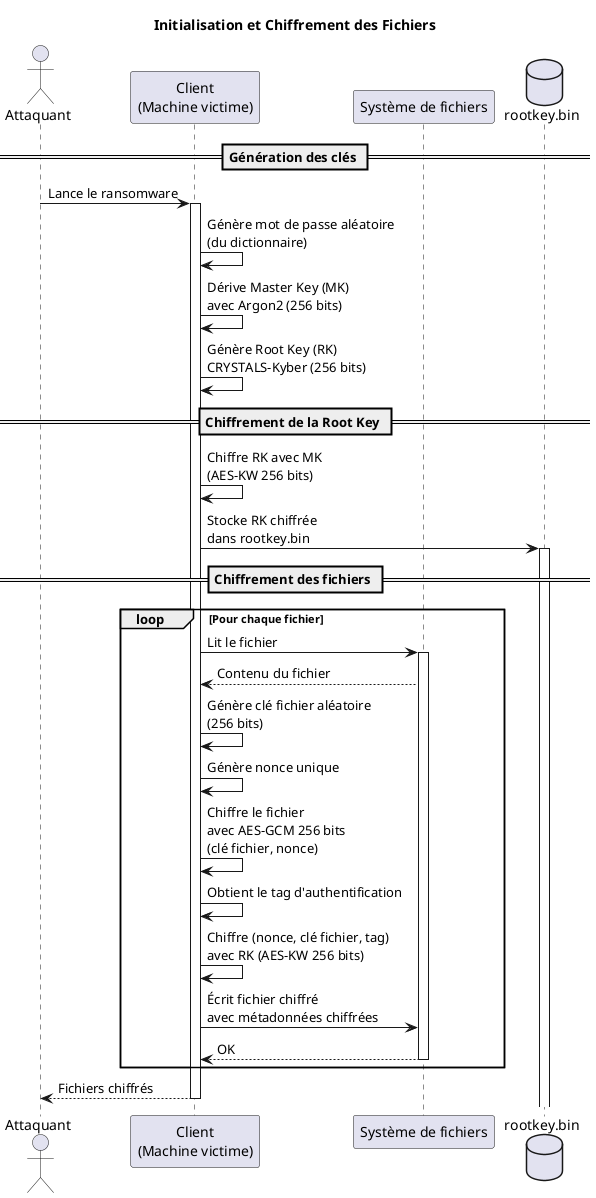
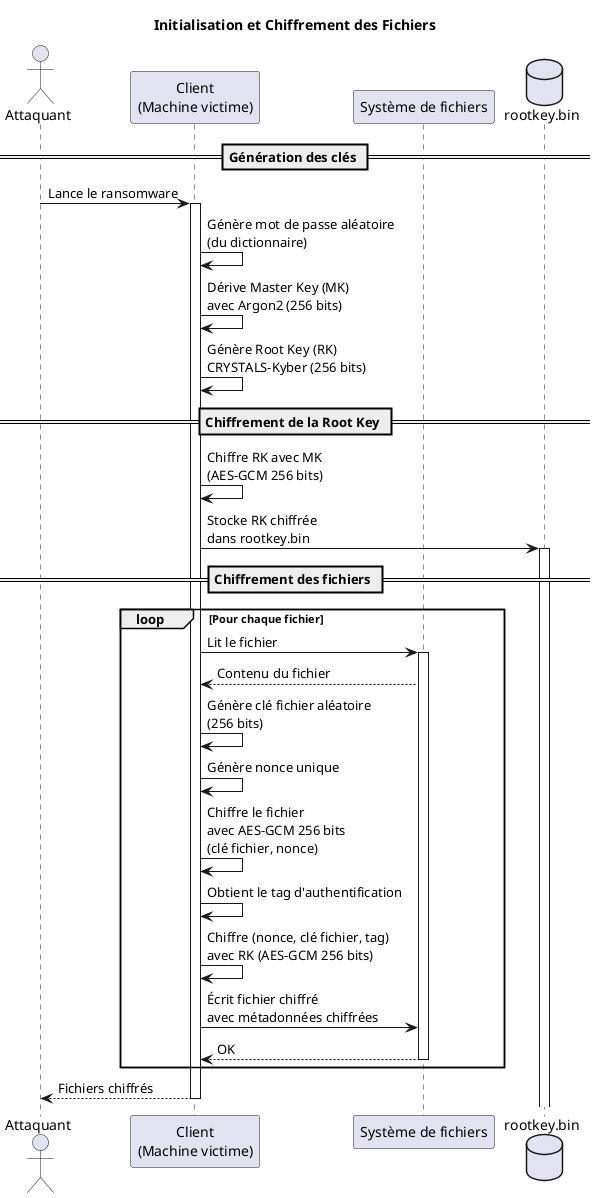
@startuml Ransomware Architecture - Initialisation et Chiffrement

title Initialisation et Chiffrement des Fichiers

actor Attaquant as attacker
participant "Client\n(Machine victime)" as client
participant "Système de fichiers" as fs
database "rootkey.bin" as rootkey

== Génération des clés ==
attacker -> client: Lance le ransomware
activate client

client -> client: Génère mot de passe aléatoire\n(du dictionnaire)
client -> client: Dérive Master Key (MK)\navec Argon2 (256 bits)
client -> client: Génère Root Key (RK)\nCRYSTALS-Kyber (256 bits)

== Chiffrement de la Root Key ==
- client -> client: Chiffre RK avec MK\n(AES-KW 256 bits)
+ client -> client: Chiffre RK avec MK\n(AES-GCM 256 bits)
client -> rootkey: Stocke RK chiffrée\ndans rootkey.bin
activate rootkey

== Chiffrement des fichiers ==
loop Pour chaque fichier
    client -> fs: Lit le fichier
    activate fs
    fs --> client: Contenu du fichier

    client -> client: Génère clé fichier aléatoire\n(256 bits)
    client -> client: Génère nonce unique
    client -> client: Chiffre le fichier\navec AES-GCM 256 bits\n(clé fichier, nonce)

    client -> client: Obtient le tag d'authentification
-     client -> client: Chiffre (nonce, clé fichier, tag)\navec RK (AES-KW 256 bits)
+     client -> client: Chiffre (nonce, clé fichier, tag)\navec RK (AES-GCM 256 bits)

    client -> fs: Écrit fichier chiffré\navec métadonnées chiffrées
    fs --> client: OK
    deactivate fs
end

client --> attacker: Fichiers chiffrés
deactivate client

@enduml

@startuml Ransomware Architecture - Déchiffrement Complet

title Déchiffrement Complet (Paiement de la rançon)

actor Attaquant as attacker
participant "Serveur" as server
participant "Client\n(Machine victime)" as client
database "rootkey.bin" as rootkey
participant "Système de fichiers" as fs

== Transmission du mot de passe ==
attacker -> server: Initie le déchiffrement complet
activate server
server -> client: Envoie mot de passe\net paramètres Argon2
activate client

== Déchiffrement de la Root Key ==
client -> client: Dérive MK avec Argon2\n(mot de passe + paramètres)
client -> rootkey: Lit RK chiffrée
client -> rootkey: Lit RK chiffrée
activate rootkey
rootkey --> client: RK chiffrée
deactivate rootkey

- client -> client: Déchiffre RK avec MK\n(AES-KW 256 bits)
+ client -> client: Déchiffre RK avec MK\n(AES-GCM 256 bits)

== Déchiffrement des fichiers ==
loop Pour chaque fichier chiffré
    client -> fs: Lit fichier chiffré\net métadonnées
    activate fs
    fs --> client: Contenu chiffré + métadonnées

-     client -> client: Déchiffre (nonce, clé fichier, tag)\navec RK (AES-KW 256 bits)
+     client -> client: Déchiffre (nonce, clé fichier, tag)\navec RK (AES-GCM 256 bits)

    client -> client: Déchiffre le fichier\navec AES-GCM 256 bits\n(clé fichier, nonce, tag)

    client -> fs: Écrit fichier déchiffré
    fs --> client: OK
    deactivate fs
end

client --> server: Déchiffrement terminé
deactivate client
server --> attacker: Tous les fichiers déchiffrés
deactivate server

@enduml

@startuml Ransomware Architecture - Déchiffrement Partiel

title Déchiffrement Partiel (Fichier spécifique)

actor Attaquant as attacker
participant "Serveur" as server
participant "Client\n(Machine victime)" as client
participant "Système de fichiers" as fs
database "Root Key (RK)" as rk

== Demande de déchiffrement ==
attacker -> client: Demande déchiffrement\nd'un fichier spécifique
activate client

client -> fs: Lit métadonnées chiffrées\ndu fichier
activate fs
fs --> client: Métadonnées chiffrées\n(nonce, clé fichier, tag)
deactivate fs

client -> server: Envoie métadonnées\nchiffrées
activate server

== Déchiffrement de la clé ==
server -> rk: Récupère RK
activate rk
rk --> server: RK
deactivate rk

- server -> server: Unwrap clé fichier avec RK\n(AES-KW 256 bits)
+ server -> server: Unwrap clé fichier avec RK\n(AES-GCM 256 bits)

server -> client: Envoie clé déchiffrée\n(nonce, clé fichier, tag)
deactivate server

== Déchiffrement du fichier ==
client -> fs: Lit fichier chiffré
activate fs
fs --> client: Contenu chiffré

client -> client: Déchiffre le fichier\navec AES-GCM 256 bits\n(clé fichier, nonce, tag)

client -> fs: Écrit fichier déchiffré
fs --> client: OK
deactivate fs

client --> attacker: Fichier déchiffré
deactivate client

@enduml

@startuml Ransomware Architecture - Modification du Mot de Passe

title Modification du Mot de Passe

actor Attaquant as attacker
participant "Serveur" as server
participant "Client\n(Machine victime)" as client
database "rootkey.bin" as rootkey

== Demande de réinitialisation ==
attacker -> server: Demande réinitialisation\ndu mot de passe
activate server

server -> client: Demande réinitialisation
activate client

== Génération du nouveau mot de passe ==
client -> client: Génère nouveau mot de passe\naléatoire (du dictionnaire)
client -> client: Dérive nouvelle MK\navec Argon2

client -> server: Transmet nouveau mot de passe\net paramètres Argon2

== Rechiffrement de la Root Key ==
server -> server: Dérive nouvelle MK\navec Argon2
server -> server: Déchiffre RK\navec ancienne MK
- server -> server: Chiffre RK\navec nouvelle MK\n(AES-KW 256 bits)
+ server -> server: Chiffre RK\navec nouvelle MK\n(AES-GCM 256 bits)

server -> client: Envoie nouvelle RK chiffrée

== Mise à jour sur le client ==
client -> rootkey: Remplace ancienne RK chiffrée\npar nouvelle
activate rootkey
rootkey --> client: OK
deactivate rootkey

client --> server: Mot de passe modifié
deactivate client

server --> attacker: Mot de passe réinitialisé
deactivate server

@enduml

@startuml Ransomware Architecture - Vue d'ensemble

title Architecture Globale du Ransomware Post-Quantique

package "Machine Victime" {
    component "Client Ransomware" as client {
        [Module Chiffrement\nAES-GCM 256 bits] as aes
        [Module Dérivation\nArgon2] as argon
        [Module Post-Quantique\nCRYSTALS-Kyber] as kyber
-         [Module Key Wrapping\nAES-KW 256 bits] as kw
+         [Module Chiffrement Authentifié\nAES-GCM 256 bits] as gcm
    }

    database "Fichiers" as files
    database "rootkey.bin" as rootkey
}

package "Serveur Attaquant" {
    component "Serveur" as server {
        [Gestion des clés] as keymanager
        [Communication] as comm
        [Stockage RK] as storage
    }
}

cloud "Communication\nsécurisée" as network

client <--> network
server <--> network

client --> files : Chiffre/Déchiffre
client --> rootkey : Stocke RK chiffrée

note right of kyber
    **Niveau de sécurité: 5**
    - AES 256 bits
    - Résistant quantique
      (CRYSTALS-Kyber)
    - Argon2 contre
      force brute
end note

note bottom of files
    **Métadonnées chiffrées:**
    - Nonce
    - Clé fichier (256 bits)
    - Tag d'authentification

    Tout chiffré avec RK
-     (AES-KW 256 bits)
+     (AES-GCM 256 bits)
end note

@enduml
